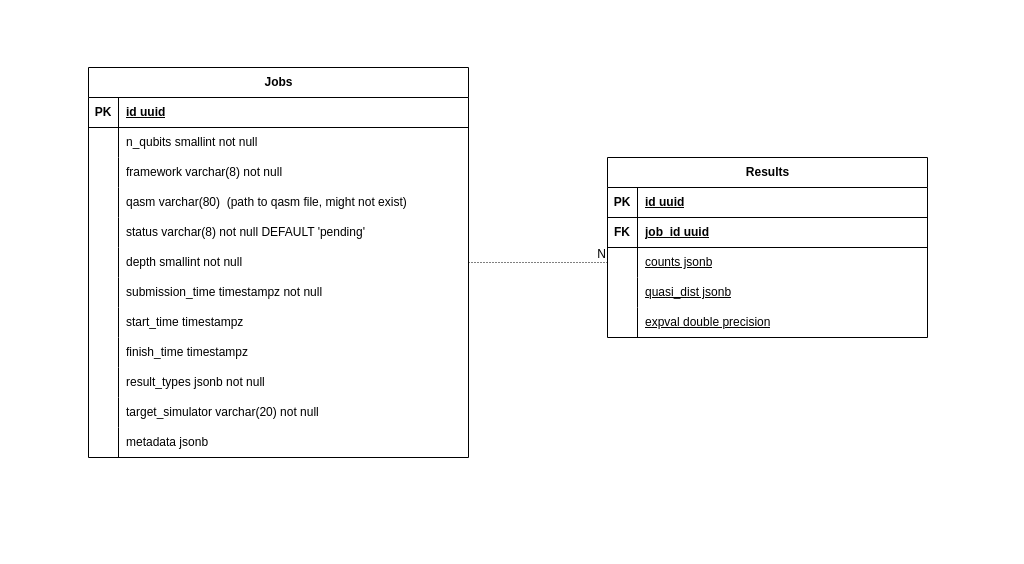
Above: assets/database.drawio in Dpbm/qserver (draw.io), before the change. Source tidied: cells renumbered, new cells numbered last; positions are measured from the earlier drawing's top-left corner, leaving out a move shared by most shapes. Both pictures are drawn from the tidied source at 100%, with x=0, y=0 at pixel (17, 17).
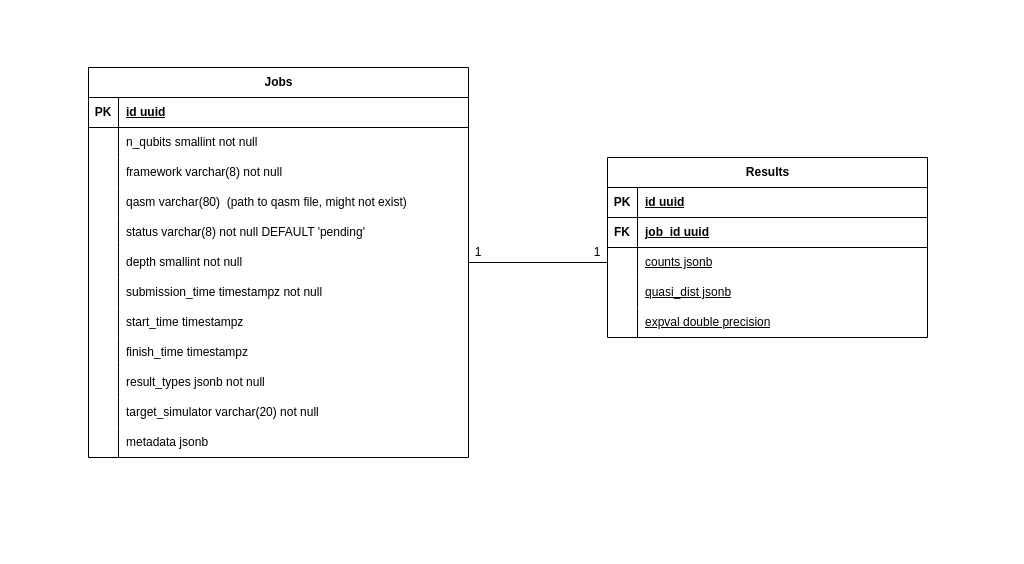
The same diagram, later.

Commit message (it also covers changes not shown here):
fixed database diagram

Unchanged cells that the change refers to:
```xml
<mxCell id="19" style="shape=tableRow;horizontal=0;startSize=0;swimlaneHead=0;swimlaneBody=0;fillColor=none;points=[[0,0.5],[1,0.5]];portConstraint=eastwest;top=0;left=0;right=0;bottom=0;" parent="3" vertex="1">
  <mxGeometry y="180" width="380" height="30" as="geometry" />
</mxCell>
<mxCell id="47" style="shape=tableRow;horizontal=0;startSize=0;swimlaneHead=0;swimlaneBody=0;fillColor=none;points=[[0,0.5],[1,0.5]];portConstraint=eastwest;top=0;left=0;right=0;bottom=0;" parent="40" vertex="1">
  <mxGeometry y="90" width="320" height="30" as="geometry" />
</mxCell>
```

Change to the diagram source:
```diff
@@
-    <mxCell id="56" style="endArrow=none;html=1;rounded=0;dashed=1;dashPattern=1 2;entryX=0;entryY=0.5;entryDx=0;entryDy=0;exitX=1;exitY=0.5;exitDx=0;exitDy=0;" parent="1" edge="1" source="19" target="47">
-      <mxGeometry relative="1" as="geometry" />
-    </mxCell>
-    <mxCell id="57" value="N" style="html=1;whiteSpace=wrap;align=right;verticalAlign=bottom;" parent="56" vertex="1">
-      <mxGeometry x="1" relative="1" as="geometry" />
-    </mxCell>
+    <mxCell id="58" style="edgeStyle=orthogonalEdgeStyle;rounded=0;jettySize=auto;html=1;exitX=0;exitY=0.5;exitDx=0;exitDy=0;entryX=1;entryY=0.5;entryDx=0;entryDy=0;endArrow=none;startFill=0;" parent="1" edge="1" source="47" target="19">
+      <mxGeometry relative="1" as="geometry" />
+    </mxCell>
+    <mxCell id="59" value="1" style="text;html=1;align=center;verticalAlign=middle;whiteSpace=wrap;rounded=0;" parent="1" vertex="1">
+      <mxGeometry x="451" y="220" width="20" height="30" as="geometry" />
+    </mxCell>
+    <mxCell id="60" value="1" style="text;html=1;align=center;verticalAlign=middle;whiteSpace=wrap;rounded=0;" parent="1" vertex="1">
+      <mxGeometry x="570" y="220" width="20" height="30" as="geometry" />
+    </mxCell>
```
